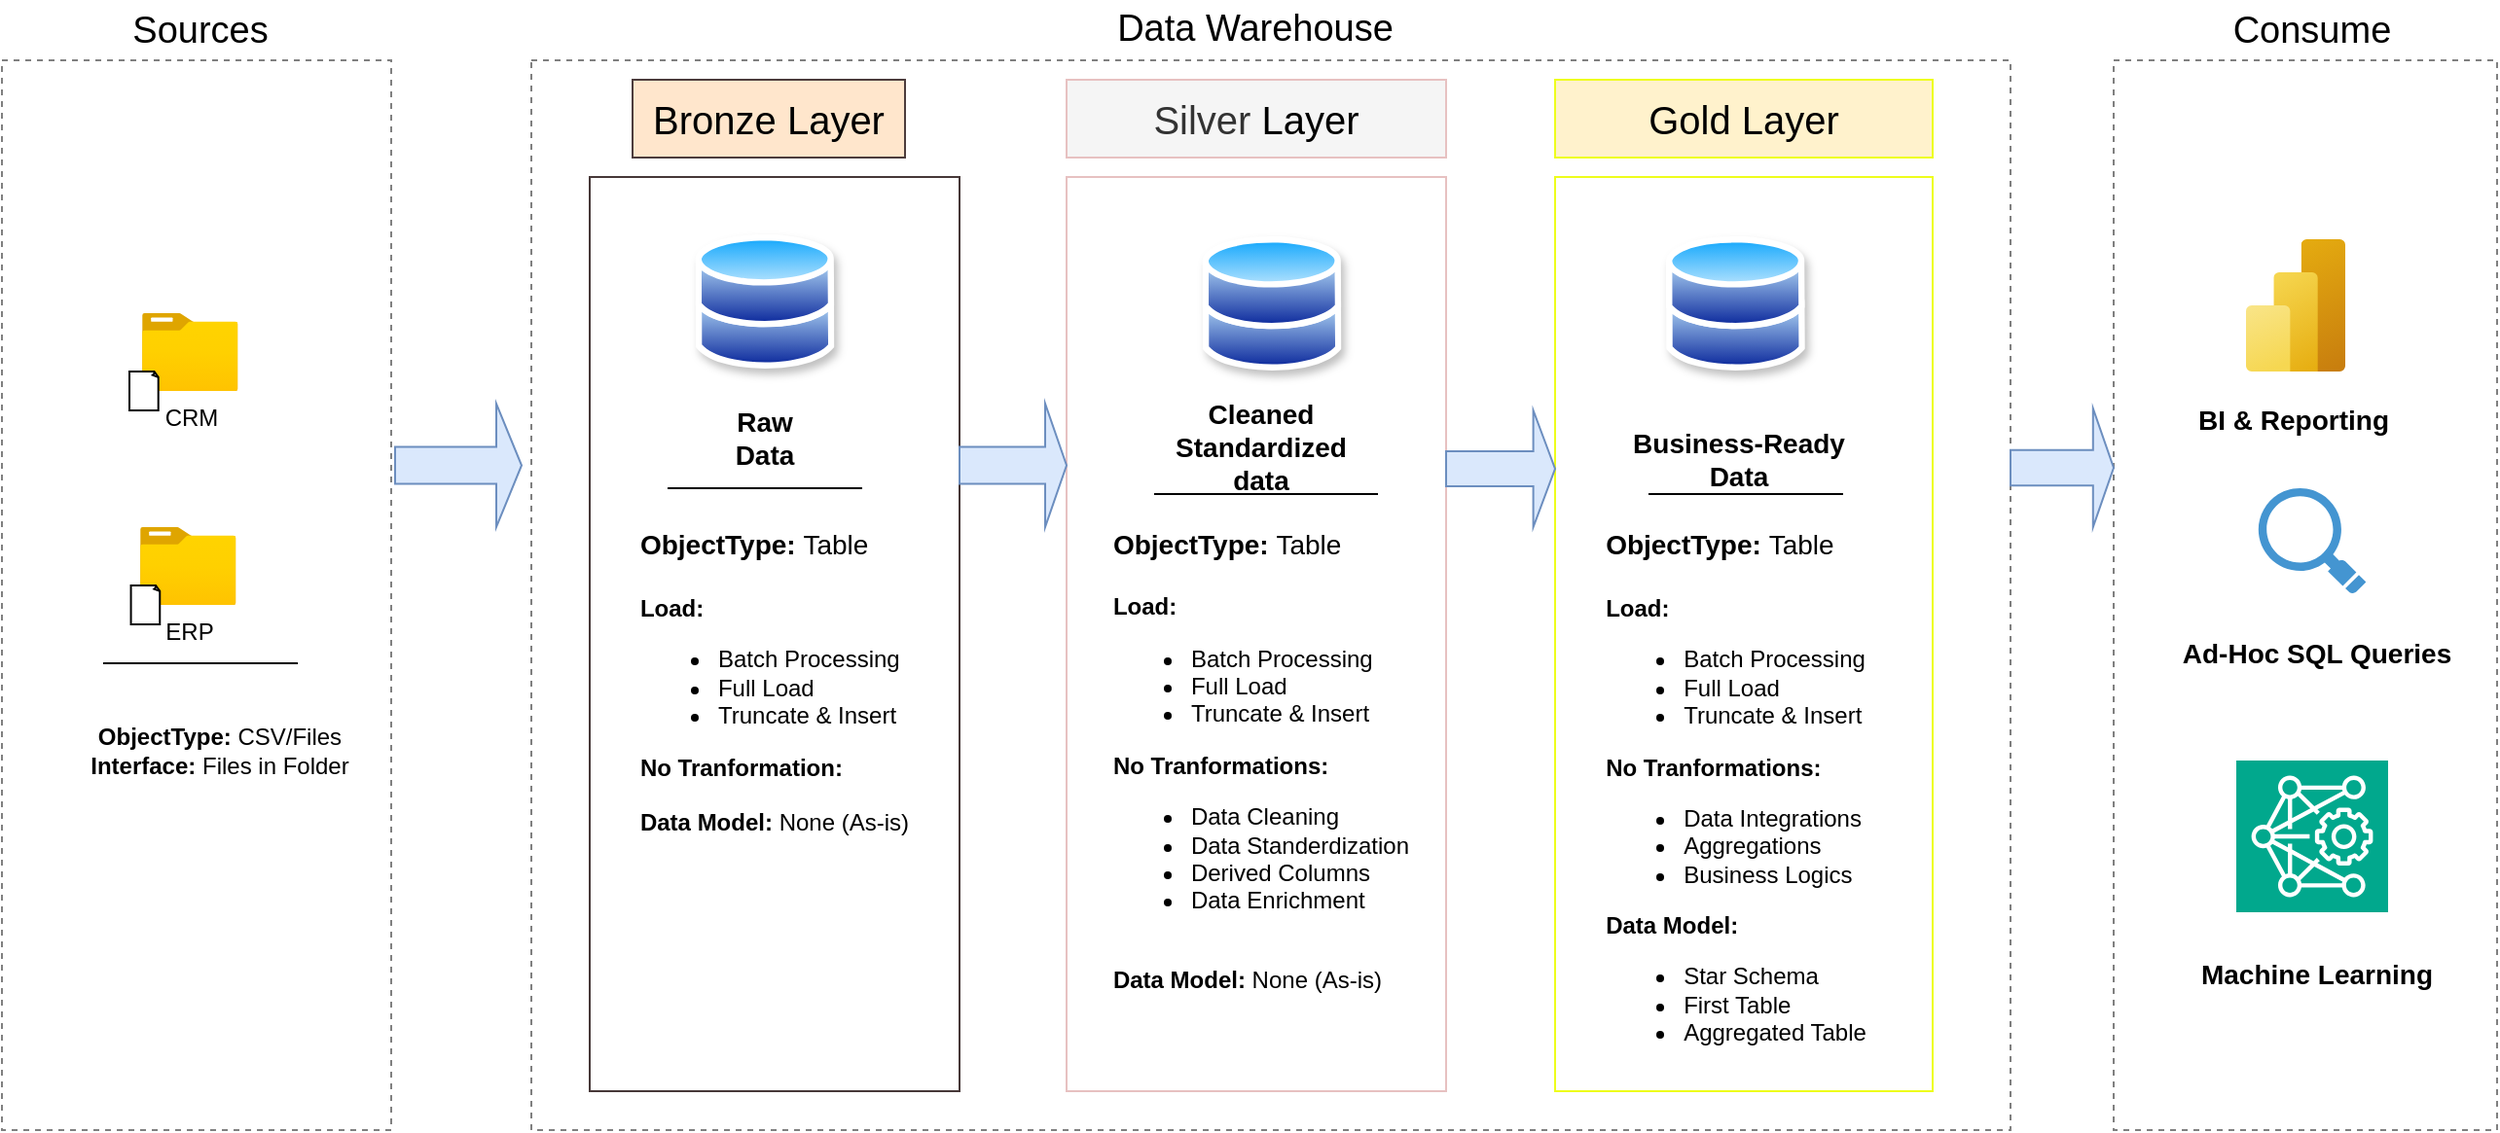
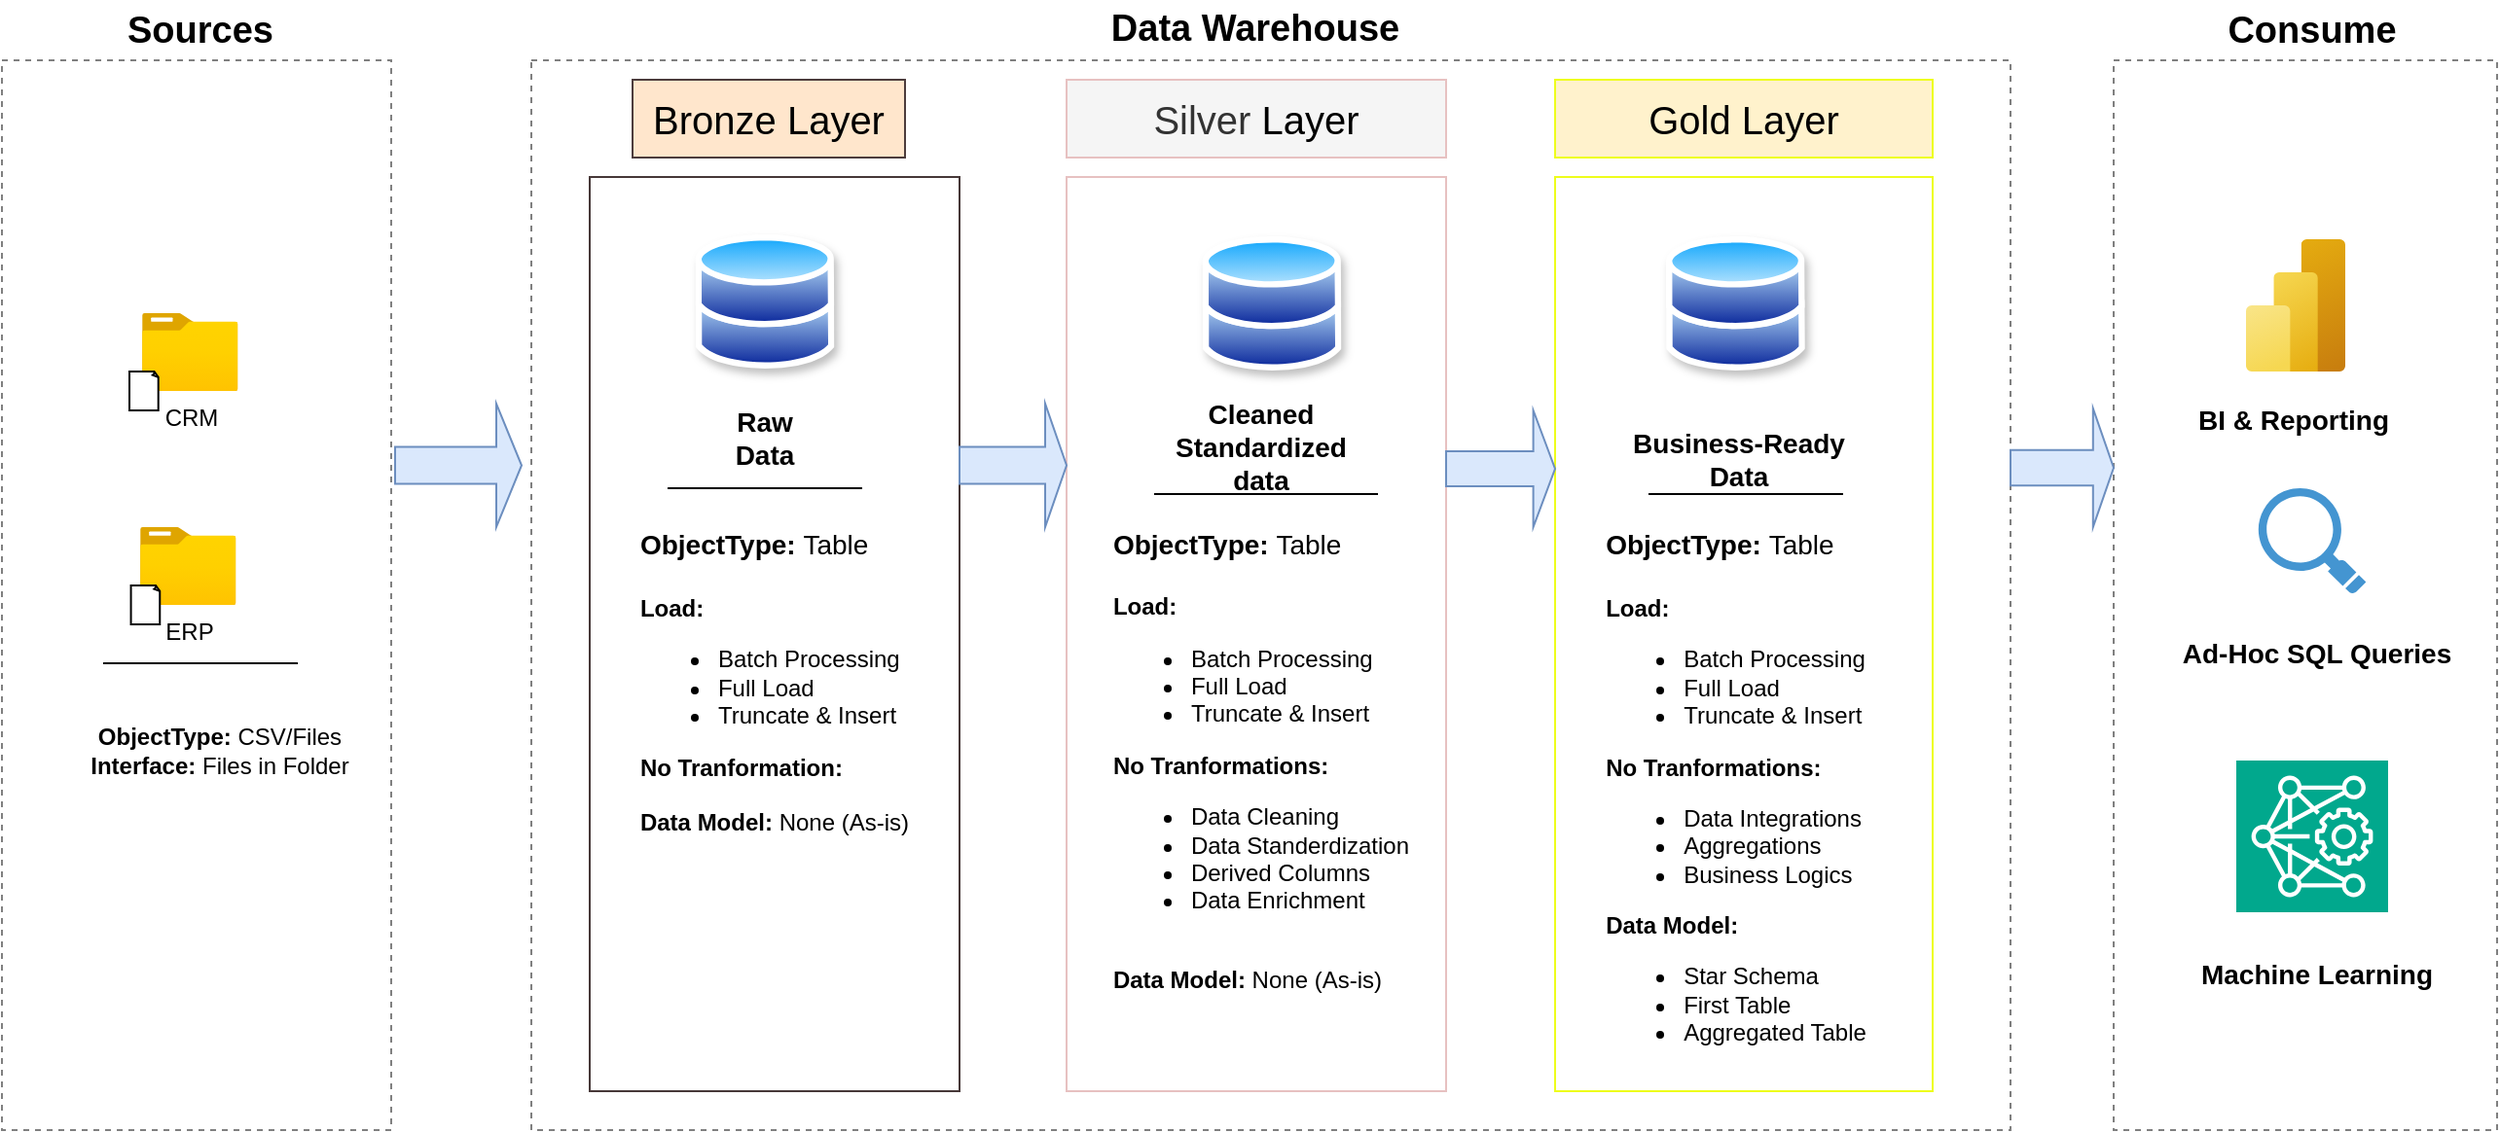
<mxfile host="Electron">
  <diagram name="Page-1" id="ZrjQhGUY37E48ZPWKjMn">
-     <mxGraphModel dx="1030" dy="626" grid="1" gridSize="5" guides="1" tooltips="1" connect="1" arrows="1" fold="1" page="1" pageScale="1" pageWidth="1600" pageHeight="900" background="none" math="0" shadow="0">
+     <mxGraphModel dx="1288" dy="783" grid="1" gridSize="5" guides="1" tooltips="1" connect="1" arrows="1" fold="1" page="1" pageScale="1" pageWidth="1600" pageHeight="900" background="none" math="0" shadow="0">
      <root>
        <mxCell id="0" />
        <mxCell id="1" parent="0" />
-         <mxCell id="GemHSe6toY64YUJuNd34-2" parent="1" style="rounded=0;whiteSpace=wrap;html=1;fontSize=19;opacity=0;shadow=0;fillStyle=solid;" value="&lt;font&gt;Sources&lt;/font&gt;" vertex="1">
+         <mxCell id="GemHSe6toY64YUJuNd34-2" parent="1" style="rounded=0;whiteSpace=wrap;html=1;fontSize=19;opacity=0;shadow=0;fillStyle=solid;fontStyle=1" value="&lt;font&gt;Sources&lt;/font&gt;" vertex="1">
          <mxGeometry height="30" width="110" x="75" y="90" as="geometry" />
        </mxCell>
        <mxCell id="GemHSe6toY64YUJuNd34-1" parent="1" style="rounded=0;whiteSpace=wrap;html=1;dashed=1;fillColor=none;strokeColor=light-dark(#808080, #ededed);" value="" vertex="1">
          <mxGeometry height="550" width="200" x="28" y="120" as="geometry" />
        </mxCell>
        <mxCell id="GemHSe6toY64YUJuNd34-3" parent="1" style="rounded=0;whiteSpace=wrap;html=1;dashed=1;fillColor=none;strokeColor=light-dark(#808080, #ededed);" value="" vertex="1">
          <mxGeometry height="550" width="760" x="300" y="120" as="geometry" />
        </mxCell>
-         <mxCell id="GemHSe6toY64YUJuNd34-4" parent="1" style="rounded=0;whiteSpace=wrap;html=1;fontSize=19;opacity=0;shadow=0;" value="Data Warehouse&lt;div&gt;&lt;br&gt;&lt;/div&gt;" vertex="1">
+         <mxCell id="GemHSe6toY64YUJuNd34-4" parent="1" style="rounded=0;whiteSpace=wrap;html=1;fontSize=19;opacity=0;shadow=0;fontStyle=1" value="Data Warehouse&lt;div&gt;&lt;br&gt;&lt;/div&gt;" vertex="1">
          <mxGeometry height="30" width="220" x="562" y="100" as="geometry" />
        </mxCell>
        <mxCell id="GemHSe6toY64YUJuNd34-5" parent="1" style="rounded=0;whiteSpace=wrap;html=1;dashed=1;fillColor=none;strokeColor=light-dark(#808080, #ededed);" value="" vertex="1">
          <mxGeometry height="550" width="197" x="1113" y="120" as="geometry" />
        </mxCell>
-         <mxCell id="GemHSe6toY64YUJuNd34-6" parent="1" style="rounded=0;whiteSpace=wrap;html=1;fontSize=19;fillColor=default;strokeColor=none;opacity=0;gradientColor=none;shadow=0;" value="Consume" vertex="1">
+         <mxCell id="GemHSe6toY64YUJuNd34-6" parent="1" style="rounded=0;whiteSpace=wrap;html=1;fontSize=19;fillColor=default;strokeColor=none;opacity=0;gradientColor=none;shadow=0;fontStyle=1" value="Consume" vertex="1">
          <mxGeometry height="30" width="110" x="1160" y="90" as="geometry" />
        </mxCell>
        <mxCell id="GemHSe6toY64YUJuNd34-7" parent="1" style="rounded=0;whiteSpace=wrap;html=1;fillColor=#ffe6cc;strokeColor=light-dark(#4d3d3d, #6d5100);fontSize=20;" value="Bronze Layer" vertex="1">
          <mxGeometry height="40" width="140" x="352" y="130" as="geometry" />
        </mxCell>
        <mxCell id="GemHSe6toY64YUJuNd34-8" parent="1" style="rounded=0;whiteSpace=wrap;html=1;fillColor=none;strokeColor=light-dark(#473838, #6d5100);fontSize=20;" value="" vertex="1">
          <mxGeometry height="470" width="190" x="330" y="180" as="geometry" />
        </mxCell>
        <mxCell id="GemHSe6toY64YUJuNd34-9" parent="1" style="rounded=0;whiteSpace=wrap;html=1;fillColor=#f5f5f5;strokeColor=light-dark(#e7c1c1, #6d5100);fontSize=20;fontColor=#333333;" value="Silver&lt;span style=&quot;background-color: transparent; color: light-dark(rgb(0, 0, 0), rgb(255, 255, 255));&quot;&gt;&amp;nbsp;Layer&lt;/span&gt;" vertex="1">
          <mxGeometry height="40" width="195" x="575" y="130" as="geometry" />
        </mxCell>
        <mxCell id="GemHSe6toY64YUJuNd34-10" parent="1" style="rounded=0;whiteSpace=wrap;html=1;fillColor=#fff2cc;strokeColor=light-dark(#eefd1c, #6d5100);fontSize=20;" value="Gold Layer" vertex="1">
          <mxGeometry height="40" width="194" x="826" y="130" as="geometry" />
        </mxCell>
        <mxCell id="GemHSe6toY64YUJuNd34-11" parent="1" style="rounded=0;whiteSpace=wrap;html=1;fillColor=none;strokeColor=light-dark(#eefd1c, #6d5100);fontSize=20;" value="" vertex="1">
          <mxGeometry height="470" width="194" x="826" y="180" as="geometry" />
        </mxCell>
        <mxCell id="GemHSe6toY64YUJuNd34-12" parent="1" style="rounded=0;whiteSpace=wrap;html=1;fillColor=none;strokeColor=light-dark(#e7c1c1, #6d5100);fontSize=20;" value="" vertex="1">
          <mxGeometry height="470" width="195" x="575" y="180" as="geometry" />
        </mxCell>
        <mxCell id="GemHSe6toY64YUJuNd34-13" parent="1" style="image;aspect=fixed;html=1;points=[];align=center;fontSize=12;image=img/lib/azure2/general/Folder_Blank.svg;" value="CRM" vertex="1">
          <mxGeometry height="40" width="49.28" x="100" y="250" as="geometry" />
        </mxCell>
        <mxCell id="GemHSe6toY64YUJuNd34-14" parent="1" style="whiteSpace=wrap;html=1;shape=mxgraph.basic.document" value="" vertex="1">
          <mxGeometry height="20" width="15" x="93.5" y="280" as="geometry" />
        </mxCell>
        <mxCell id="GemHSe6toY64YUJuNd34-15" parent="1" style="image;aspect=fixed;html=1;points=[];align=center;fontSize=12;image=img/lib/azure2/general/Folder_Blank.svg;" value="ERP" vertex="1">
          <mxGeometry height="40" width="49.28" x="99" y="360" as="geometry" />
        </mxCell>
        <mxCell id="GemHSe6toY64YUJuNd34-16" parent="1" style="whiteSpace=wrap;html=1;shape=mxgraph.basic.document" value="" vertex="1">
          <mxGeometry height="20" width="15" x="94.28" y="390" as="geometry" />
        </mxCell>
        <mxCell id="GemHSe6toY64YUJuNd34-22" edge="1" parent="1" style="endArrow=none;html=1;rounded=0;" value="">
          <mxGeometry height="50" relative="1" width="50" as="geometry">
            <Array as="points">
              <mxPoint x="90" y="430" />
              <mxPoint x="80" y="430" />
            </Array>
            <mxPoint x="180" y="430" as="sourcePoint" />
            <mxPoint x="90" y="430" as="targetPoint" />
          </mxGeometry>
        </mxCell>
        <mxCell id="GemHSe6toY64YUJuNd34-24" parent="1" style="text;html=1;whiteSpace=wrap;strokeColor=none;fillColor=none;align=center;verticalAlign=middle;rounded=0;" value="&lt;b&gt;ObjectType:&lt;/b&gt;&amp;nbsp;CSV/Files&lt;div&gt;&lt;b&gt;Interface:&lt;/b&gt; Files in Folder&lt;/div&gt;" vertex="1">
          <mxGeometry height="50" width="140" x="70" y="450" as="geometry" />
        </mxCell>
        <mxCell id="GemHSe6toY64YUJuNd34-29" parent="1" style="shape=singleArrow;whiteSpace=wrap;html=1;fillColor=#dae8fc;strokeColor=#6c8ebf;" value="" vertex="1">
          <mxGeometry height="63.5" width="65" x="230" y="296.5" as="geometry" />
        </mxCell>
        <mxCell id="GemHSe6toY64YUJuNd34-30" parent="1" style="shape=singleArrow;whiteSpace=wrap;html=1;fillColor=#dae8fc;strokeColor=#6c8ebf;" value="" vertex="1">
          <mxGeometry height="63.5" width="55" x="520" y="296.5" as="geometry" />
        </mxCell>
        <mxCell id="GemHSe6toY64YUJuNd34-31" parent="1" style="shape=singleArrow;whiteSpace=wrap;html=1;fillColor=#dae8fc;strokeColor=#6c8ebf;" value="" vertex="1">
          <mxGeometry height="60" width="56" x="770" y="300" as="geometry" />
        </mxCell>
        <mxCell id="GemHSe6toY64YUJuNd34-32" parent="1" style="shape=singleArrow;whiteSpace=wrap;html=1;fillColor=#dae8fc;strokeColor=#6c8ebf;" value="" vertex="1">
          <mxGeometry height="61" width="53" x="1060" y="299" as="geometry" />
        </mxCell>
        <mxCell id="GemHSe6toY64YUJuNd34-33" parent="1" style="text;html=1;whiteSpace=wrap;strokeColor=none;fillColor=none;align=center;verticalAlign=middle;rounded=0;" value="&lt;b&gt;&lt;font style=&quot;font-size: 14px;&quot;&gt;Raw Data&lt;/font&gt;&lt;/b&gt;" vertex="1">
          <mxGeometry height="30" width="60" x="390" y="299" as="geometry" />
        </mxCell>
        <mxCell id="GemHSe6toY64YUJuNd34-34" parent="1" style="text;html=1;whiteSpace=wrap;strokeColor=none;fillColor=none;align=center;verticalAlign=middle;rounded=0;" value="&lt;b&gt;&lt;font style=&quot;font-size: 14px;&quot;&gt;Cleaned Standardized data&lt;/font&gt;&lt;/b&gt;" vertex="1">
          <mxGeometry height="20" width="110" x="620" y="309" as="geometry" />
        </mxCell>
        <mxCell id="GemHSe6toY64YUJuNd34-35" parent="1" style="text;html=1;whiteSpace=wrap;strokeColor=none;fillColor=none;align=center;verticalAlign=middle;rounded=0;shadow=1;" value="&lt;b&gt;&lt;font style=&quot;font-size: 14px;&quot;&gt;Business-Ready Data&lt;/font&gt;&lt;/b&gt;" vertex="1">
          <mxGeometry height="30" width="137" x="852" y="310" as="geometry" />
        </mxCell>
        <mxCell id="GemHSe6toY64YUJuNd34-36" edge="1" parent="1" style="endArrow=none;html=1;rounded=0;" value="">
          <mxGeometry height="50" relative="1" width="50" as="geometry">
            <Array as="points">
              <mxPoint x="420" y="340" />
              <mxPoint x="380" y="340" />
              <mxPoint x="370" y="340" />
            </Array>
            <mxPoint x="470" y="340" as="sourcePoint" />
            <mxPoint x="380" y="340" as="targetPoint" />
          </mxGeometry>
        </mxCell>
        <mxCell id="GemHSe6toY64YUJuNd34-37" edge="1" parent="1" style="endArrow=none;html=1;rounded=0;" value="">
          <mxGeometry height="50" relative="1" width="50" as="geometry">
            <Array as="points">
              <mxPoint x="645" y="343" />
              <mxPoint x="635" y="343" />
              <mxPoint x="620" y="343" />
            </Array>
            <mxPoint x="735" y="343" as="sourcePoint" />
            <mxPoint x="645" y="343" as="targetPoint" />
          </mxGeometry>
        </mxCell>
        <mxCell id="GemHSe6toY64YUJuNd34-38" edge="1" parent="1" style="endArrow=none;html=1;rounded=0;" value="">
          <mxGeometry height="50" relative="1" width="50" as="geometry">
            <Array as="points">
              <mxPoint x="884" y="343" />
              <mxPoint x="874" y="343" />
            </Array>
            <mxPoint x="974" y="343" as="sourcePoint" />
            <mxPoint x="884" y="343" as="targetPoint" />
          </mxGeometry>
        </mxCell>
        <mxCell id="GemHSe6toY64YUJuNd34-39" parent="1" style="image;aspect=fixed;perimeter=ellipsePerimeter;html=1;align=center;shadow=1;dashed=0;spacingTop=3;image=img/lib/active_directory/databases.svg;rounded=0;" value="" vertex="1">
          <mxGeometry height="70" width="71.43" x="384.29" y="209" as="geometry" />
        </mxCell>
        <mxCell id="GemHSe6toY64YUJuNd34-40" parent="1" style="image;aspect=fixed;perimeter=ellipsePerimeter;html=1;align=center;shadow=1;dashed=0;spacingTop=3;image=img/lib/active_directory/databases.svg;" value="" vertex="1">
          <mxGeometry height="70" width="71.43" x="883" y="210" as="geometry" />
        </mxCell>
        <mxCell id="GemHSe6toY64YUJuNd34-41" parent="1" style="image;aspect=fixed;perimeter=ellipsePerimeter;html=1;align=center;shadow=1;dashed=0;spacingTop=3;image=img/lib/active_directory/databases.svg;" value="" vertex="1">
          <mxGeometry height="70" width="71.43" x="644.79" y="210" as="geometry" />
        </mxCell>
        <mxCell id="GemHSe6toY64YUJuNd34-42" parent="1" style="text;html=1;whiteSpace=wrap;strokeColor=none;fillColor=none;align=center;verticalAlign=middle;rounded=0;" value="&lt;div style=&quot;text-align: left;&quot;&gt;&lt;font style=&quot;font-size: 14px;&quot;&gt;&lt;span style=&quot;background-color: transparent; color: light-dark(rgb(0, 0, 0), rgb(255, 255, 255));&quot;&gt;&lt;b&gt;ObjectType:&lt;/b&gt;&lt;/span&gt;&lt;span style=&quot;background-color: transparent; color: light-dark(rgb(0, 0, 0), rgb(255, 255, 255));&quot;&gt;&lt;b&gt;&amp;nbsp;&lt;/b&gt;Table&lt;/span&gt;&lt;/font&gt;&lt;/div&gt;&lt;div style=&quot;text-align: left;&quot;&gt;&lt;font style=&quot;font-size: 14px;&quot;&gt;&lt;span style=&quot;background-color: transparent; color: light-dark(rgb(0, 0, 0), rgb(255, 255, 255));&quot;&gt;&lt;b&gt;&lt;br&gt;&lt;/b&gt;&lt;/span&gt;&lt;/font&gt;&lt;/div&gt;&lt;div&gt;&lt;div style=&quot;text-align: left;&quot;&gt;&lt;b&gt;&lt;span style=&quot;background-color: transparent; color: light-dark(rgb(0, 0, 0), rgb(255, 255, 255));&quot;&gt;Load:&lt;/span&gt;&lt;span style=&quot;background-color: transparent; color: light-dark(rgb(0, 0, 0), rgb(255, 255, 255));&quot;&gt;&amp;nbsp;&lt;/span&gt;&lt;/b&gt;&lt;/div&gt;&lt;div style=&quot;&quot;&gt;&lt;ul&gt;&lt;li style=&quot;text-align: left;&quot;&gt;&lt;span style=&quot;background-color: transparent; color: light-dark(rgb(0, 0, 0), rgb(255, 255, 255));&quot;&gt;Batch Processing&lt;/span&gt;&lt;/li&gt;&lt;li style=&quot;text-align: left;&quot;&gt;Full Load&amp;nbsp;&lt;/li&gt;&lt;li style=&quot;text-align: left;&quot;&gt;Truncate &amp;amp; Insert&lt;/li&gt;&lt;/ul&gt;&lt;div style=&quot;text-align: left;&quot;&gt;&lt;b&gt;No Tranformation:&lt;/b&gt;&lt;/div&gt;&lt;div style=&quot;text-align: left;&quot;&gt;&lt;br&gt;&lt;/div&gt;&lt;div style=&quot;text-align: left;&quot;&gt;&lt;b&gt;Data Model:&lt;/b&gt;&amp;nbsp;None&amp;nbsp;&lt;span style=&quot;background-color: transparent; color: light-dark(rgb(0, 0, 0), rgb(255, 255, 255));&quot;&gt;(As-is)&lt;/span&gt;&lt;/div&gt;&lt;/div&gt;&lt;/div&gt;" vertex="1">
          <mxGeometry height="180" width="170" x="340" y="350" as="geometry" />
        </mxCell>
        <mxCell id="GemHSe6toY64YUJuNd34-48" parent="1" style="text;html=1;whiteSpace=wrap;strokeColor=none;fillColor=none;align=center;verticalAlign=middle;rounded=0;" value="&lt;div style=&quot;text-align: left;&quot;&gt;&lt;font style=&quot;font-size: 14px;&quot;&gt;&lt;span style=&quot;background-color: transparent; color: light-dark(rgb(0, 0, 0), rgb(255, 255, 255));&quot;&gt;&lt;b&gt;ObjectType:&lt;/b&gt;&lt;/span&gt;&lt;span style=&quot;background-color: transparent; color: light-dark(rgb(0, 0, 0), rgb(255, 255, 255));&quot;&gt;&amp;nbsp;Table&lt;/span&gt;&lt;/font&gt;&lt;/div&gt;&lt;div style=&quot;text-align: left;&quot;&gt;&lt;font style=&quot;font-size: 14px;&quot;&gt;&lt;span style=&quot;background-color: transparent; color: light-dark(rgb(0, 0, 0), rgb(255, 255, 255));&quot;&gt;&lt;br&gt;&lt;/span&gt;&lt;/font&gt;&lt;/div&gt;&lt;div&gt;&lt;div style=&quot;text-align: left;&quot;&gt;&lt;span style=&quot;background-color: transparent; color: light-dark(rgb(0, 0, 0), rgb(255, 255, 255));&quot;&gt;&lt;b&gt;Load:&lt;/b&gt;&lt;/span&gt;&lt;span style=&quot;background-color: transparent; color: light-dark(rgb(0, 0, 0), rgb(255, 255, 255));&quot;&gt;&amp;nbsp;&lt;/span&gt;&lt;/div&gt;&lt;div style=&quot;&quot;&gt;&lt;ul&gt;&lt;li style=&quot;text-align: left;&quot;&gt;&lt;span style=&quot;background-color: transparent; color: light-dark(rgb(0, 0, 0), rgb(255, 255, 255));&quot;&gt;Batch Processing&lt;/span&gt;&lt;/li&gt;&lt;li style=&quot;text-align: left;&quot;&gt;Full Load&amp;nbsp;&lt;/li&gt;&lt;li style=&quot;text-align: left;&quot;&gt;Truncate &amp;amp; Insert&lt;/li&gt;&lt;/ul&gt;&lt;div style=&quot;text-align: left;&quot;&gt;&lt;b&gt;No Tranformations:&lt;/b&gt;&lt;/div&gt;&lt;div style=&quot;text-align: left;&quot;&gt;&lt;ul&gt;&lt;li&gt;Data Integrations&lt;/li&gt;&lt;li&gt;Aggregations&lt;/li&gt;&lt;li&gt;Business Logics&lt;/li&gt;&lt;/ul&gt;&lt;/div&gt;&lt;div style=&quot;text-align: left;&quot;&gt;&lt;b&gt;&lt;span style=&quot;background-color: transparent; color: light-dark(rgb(0, 0, 0), rgb(255, 255, 255));&quot;&gt;Data Model:&lt;/span&gt;&lt;span style=&quot;background-color: transparent; color: light-dark(rgb(0, 0, 0), rgb(255, 255, 255));&quot;&gt;&amp;nbsp;&lt;/span&gt;&lt;/b&gt;&lt;/div&gt;&lt;div style=&quot;text-align: left;&quot;&gt;&lt;ul&gt;&lt;li&gt;&lt;span style=&quot;background-color: transparent; color: light-dark(rgb(0, 0, 0), rgb(255, 255, 255));&quot;&gt;Star Schema&lt;/span&gt;&lt;/li&gt;&lt;li&gt;&lt;span style=&quot;background-color: transparent; color: light-dark(rgb(0, 0, 0), rgb(255, 255, 255));&quot;&gt;First Table&lt;/span&gt;&lt;/li&gt;&lt;li&gt;&lt;span style=&quot;background-color: transparent; color: light-dark(rgb(0, 0, 0), rgb(255, 255, 255));&quot;&gt;Aggregated Table&lt;/span&gt;&lt;/li&gt;&lt;/ul&gt;&lt;/div&gt;&lt;/div&gt;&lt;/div&gt;" vertex="1">
          <mxGeometry height="280" width="170" x="833.71" y="360" as="geometry" />
        </mxCell>
        <mxCell id="GemHSe6toY64YUJuNd34-49" parent="1" style="text;html=1;whiteSpace=wrap;strokeColor=none;fillColor=none;align=center;verticalAlign=middle;rounded=0;" value="&lt;div style=&quot;text-align: left;&quot;&gt;&lt;font style=&quot;font-size: 14px;&quot;&gt;&lt;span style=&quot;background-color: transparent; color: light-dark(rgb(0, 0, 0), rgb(255, 255, 255));&quot;&gt;&lt;b&gt;ObjectType:&lt;/b&gt;&lt;/span&gt;&lt;span style=&quot;background-color: transparent; color: light-dark(rgb(0, 0, 0), rgb(255, 255, 255));&quot;&gt;&amp;nbsp;Table&lt;/span&gt;&lt;/font&gt;&lt;/div&gt;&lt;div style=&quot;text-align: left;&quot;&gt;&lt;font style=&quot;font-size: 14px;&quot;&gt;&lt;span style=&quot;background-color: transparent; color: light-dark(rgb(0, 0, 0), rgb(255, 255, 255));&quot;&gt;&lt;br&gt;&lt;/span&gt;&lt;/font&gt;&lt;/div&gt;&lt;div&gt;&lt;div style=&quot;text-align: left;&quot;&gt;&lt;span style=&quot;background-color: transparent; color: light-dark(rgb(0, 0, 0), rgb(255, 255, 255));&quot;&gt;&lt;b&gt;Load:&lt;/b&gt;&lt;/span&gt;&lt;span style=&quot;background-color: transparent; color: light-dark(rgb(0, 0, 0), rgb(255, 255, 255));&quot;&gt;&amp;nbsp;&lt;/span&gt;&lt;/div&gt;&lt;div style=&quot;&quot;&gt;&lt;ul&gt;&lt;li style=&quot;text-align: left;&quot;&gt;&lt;span style=&quot;background-color: transparent; color: light-dark(rgb(0, 0, 0), rgb(255, 255, 255));&quot;&gt;Batch Processing&lt;/span&gt;&lt;/li&gt;&lt;li style=&quot;text-align: left;&quot;&gt;Full Load&amp;nbsp;&lt;/li&gt;&lt;li style=&quot;text-align: left;&quot;&gt;Truncate &amp;amp; Insert&lt;/li&gt;&lt;/ul&gt;&lt;div style=&quot;text-align: left;&quot;&gt;&lt;b&gt;No Tranformations:&lt;/b&gt;&lt;/div&gt;&lt;div style=&quot;text-align: left;&quot;&gt;&lt;ul&gt;&lt;li&gt;Data Cleaning&lt;/li&gt;&lt;li&gt;Data Standerdization&lt;/li&gt;&lt;li&gt;Derived Columns&lt;/li&gt;&lt;li&gt;Data Enrichment&lt;/li&gt;&lt;/ul&gt;&lt;/div&gt;&lt;div style=&quot;text-align: left;&quot;&gt;&lt;br&gt;&lt;/div&gt;&lt;div style=&quot;text-align: left;&quot;&gt;&lt;b&gt;Data Model:&lt;/b&gt;&amp;nbsp;None&amp;nbsp;&lt;span style=&quot;background-color: transparent; color: light-dark(rgb(0, 0, 0), rgb(255, 255, 255));&quot;&gt;(As-is)&lt;/span&gt;&lt;/div&gt;&lt;/div&gt;&lt;/div&gt;" vertex="1">
          <mxGeometry height="260" width="170" x="590" y="350" as="geometry" />
        </mxCell>
        <mxCell id="8r27IHljPraKcDnVRxTB-1" parent="1" style="image;aspect=fixed;html=1;points=[];align=center;fontSize=12;image=img/lib/azure2/analytics/Power_BI_Embedded.svg;" value="" vertex="1">
          <mxGeometry height="68" width="51" x="1181" y="212" as="geometry" />
        </mxCell>
        <mxCell id="8r27IHljPraKcDnVRxTB-2" parent="1" style="shadow=0;dashed=0;html=1;strokeColor=none;fillColor=#4495D1;labelPosition=center;verticalLabelPosition=bottom;verticalAlign=top;align=center;outlineConnect=0;shape=mxgraph.veeam.magnifying_glass;pointerEvents=1;" value="" vertex="1">
          <mxGeometry height="54.4" width="55.2" x="1187.4" y="340" as="geometry" />
        </mxCell>
        <mxCell id="8r27IHljPraKcDnVRxTB-5" parent="1" style="sketch=0;points=[[0,0,0],[0.25,0,0],[0.5,0,0],[0.75,0,0],[1,0,0],[0,1,0],[0.25,1,0],[0.5,1,0],[0.75,1,0],[1,1,0],[0,0.25,0],[0,0.5,0],[0,0.75,0],[1,0.25,0],[1,0.5,0],[1,0.75,0]];outlineConnect=0;fontColor=#232F3E;fillColor=#01A88D;strokeColor=#ffffff;dashed=0;verticalLabelPosition=bottom;verticalAlign=top;align=center;html=1;fontSize=12;fontStyle=0;aspect=fixed;shape=mxgraph.aws4.resourceIcon;resIcon=mxgraph.aws4.deep_learning_amis;" value="" vertex="1">
          <mxGeometry height="78" width="78" x="1176" y="480" as="geometry" />
        </mxCell>
        <mxCell id="8r27IHljPraKcDnVRxTB-6" parent="1" style="text;html=1;whiteSpace=wrap;strokeColor=none;fillColor=none;align=center;verticalAlign=middle;rounded=0;" value="&lt;b&gt;&lt;font style=&quot;font-size: 14px;&quot;&gt;BI &amp;amp; Reporting&lt;/font&gt;&lt;/b&gt;" vertex="1">
          <mxGeometry height="30" width="155" x="1128" y="290" as="geometry" />
        </mxCell>
        <mxCell id="8r27IHljPraKcDnVRxTB-7" parent="1" style="text;html=1;whiteSpace=wrap;strokeColor=none;fillColor=none;align=center;verticalAlign=middle;rounded=0;" value="&lt;b&gt;&lt;font style=&quot;font-size: 14px;&quot;&gt;Ad-Hoc SQL Queries&lt;/font&gt;&lt;/b&gt;" vertex="1">
          <mxGeometry height="30" width="165" x="1135" y="410" as="geometry" />
        </mxCell>
        <mxCell id="8r27IHljPraKcDnVRxTB-8" parent="1" style="text;html=1;whiteSpace=wrap;strokeColor=none;fillColor=none;align=center;verticalAlign=middle;rounded=0;" value="&lt;b&gt;&lt;font style=&quot;font-size: 14px;&quot;&gt;Machine Learning&lt;/font&gt;&lt;/b&gt;" vertex="1">
          <mxGeometry height="30" width="155" x="1140" y="575" as="geometry" />
        </mxCell>
      </root>
    </mxGraphModel>
  </diagram>
</mxfile>
